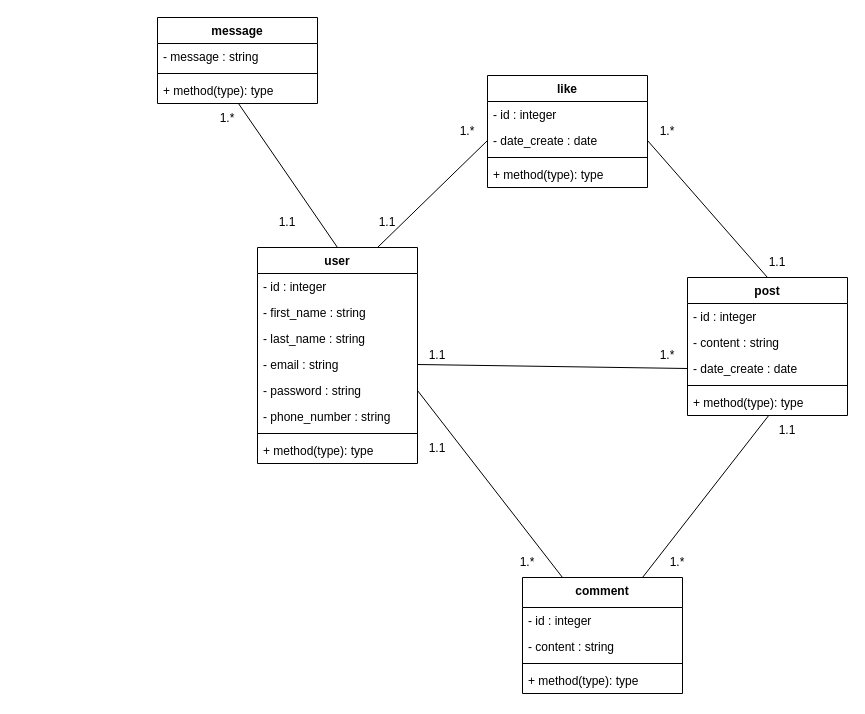
This is YouConnecte.diagram-class.drawio from Mohamed072005/YouConnecte, a draw.io file, before an edit. Source tidied: cells renumbered, new cells numbered last; positions are measured from the earlier drawing's top-left corner, leaving out a move shared by most shapes. Both pictures are drawn from the tidied source at 100%, with x=0, y=0 at pixel (157, 17).
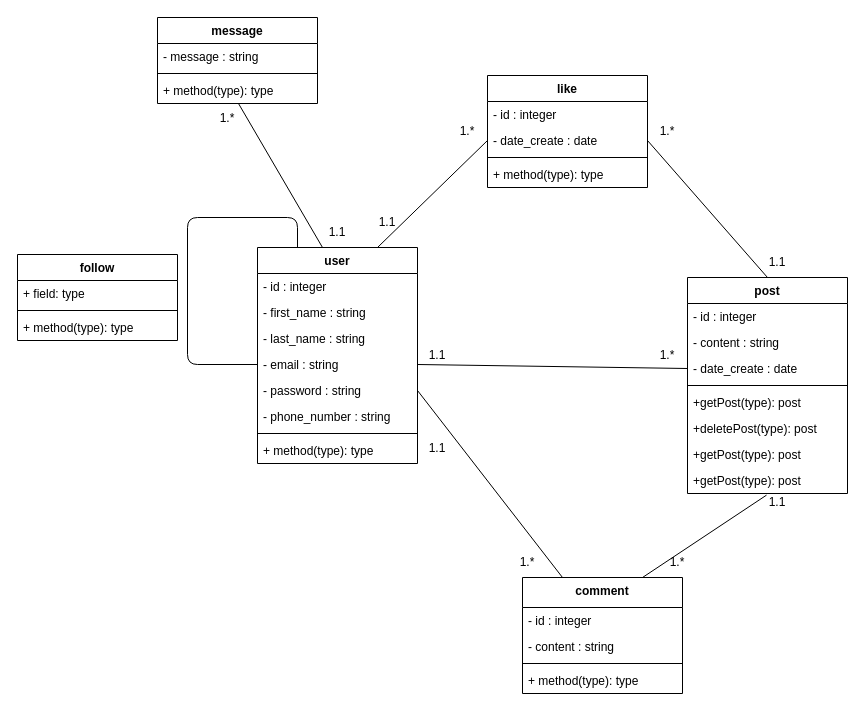
The same page after the edit.

Commit message:
add the follow class in the class-diagram UML

The change refers to these unchanged cells:
```xml
<mxCell id="2" value="user" style="swimlane;fontStyle=1;align=center;verticalAlign=top;horizontal=1;startSize=26;" parent="1" vertex="1">
  <mxGeometry x="100" y="230" width="160" height="216" as="geometry" />
</mxCell>
<mxCell id="6" value="- email : string" style="text;strokeColor=none;fillColor=none;align=left;verticalAlign=top;spacingLeft=4;spacingRight=4;overflow=hidden;points=[[0,0.5],[1,0.5]];portConstraint=eastwest;" parent="2" vertex="1">
  <mxGeometry y="104" width="160" height="26" as="geometry" />
</mxCell>
<mxCell id="23" value="+ method(type): type" style="text;strokeColor=none;fillColor=none;align=left;verticalAlign=top;spacingLeft=4;spacingRight=4;overflow=hidden;points=[[0,0.5],[1,0.5]];portConstraint=eastwest;" parent="20" vertex="1">
  <mxGeometry y="60" width="160" height="26" as="geometry" />
</mxCell>
<mxCell id="27" value="comment" style="swimlane;fontStyle=1;align=center;verticalAlign=top;horizontal=1;startSize=30;" parent="1" vertex="1">
  <mxGeometry x="365" y="560" width="160" height="116" as="geometry" />
</mxCell>
```

What changed in the source:
```diff
@@
+    <mxCell id="49" style="endArrow=none;html=1;entryX=0.25;entryY=0;entryDx=0;entryDy=0;exitX=0;exitY=0.5;exitDx=0;exitDy=0;" parent="2" edge="1" source="6" target="2">
+      <mxGeometry relative="1" as="geometry">
+        <Array as="points">
+          <mxPoint x="-70" y="117" />
+          <mxPoint x="-70" y="-30" />
+          <mxPoint x="40" y="-30" />
+        </Array>
+      </mxGeometry>
+    </mxCell>
     <mxCell id="11" value="post" style="swimlane;fontStyle=1;align=center;verticalAlign=top;horizontal=1;startSize=26;" parent="1" vertex="1">
-      <mxGeometry x="530" y="260" width="160" height="138" as="geometry" />
+      <mxGeometry x="530" y="260" width="160" height="216" as="geometry" />
     </mxCell>
@@
-    <mxCell id="16" value="+ method(type): type" style="text;strokeColor=none;fillColor=none;align=left;verticalAlign=top;spacingLeft=4;spacingRight=4;overflow=hidden;points=[[0,0.5],[1,0.5]];portConstraint=eastwest;" parent="11" vertex="1">
+    <mxCell id="16" value="+getPost(type): post" style="text;strokeColor=none;fillColor=none;align=left;verticalAlign=top;spacingLeft=4;spacingRight=4;overflow=hidden;points=[[0,0.5],[1,0.5]];portConstraint=eastwest;" parent="11" vertex="1">
       <mxGeometry y="112" width="160" height="26" as="geometry" />
     </mxCell>
+    <mxCell id="50" value="+deletePost(type): post" style="text;strokeColor=none;fillColor=none;align=left;verticalAlign=top;spacingLeft=4;spacingRight=4;overflow=hidden;" parent="11" vertex="1">
+      <mxGeometry y="138" width="160" height="26" as="geometry" />
+    </mxCell>
+    <mxCell id="51" value="+getPost(type): post" style="text;strokeColor=none;fillColor=none;align=left;verticalAlign=top;spacingLeft=4;spacingRight=4;overflow=hidden;" parent="11" vertex="1">
+      <mxGeometry y="164" width="160" height="26" as="geometry" />
+    </mxCell>
+    <mxCell id="52" value="+getPost(type): post" style="text;strokeColor=none;fillColor=none;align=left;verticalAlign=top;spacingLeft=4;spacingRight=4;overflow=hidden;points=[[0,0.5],[1,0.5]];portConstraint=eastwest;" parent="11" vertex="1">
+      <mxGeometry y="190" width="160" height="26" as="geometry" />
+    </mxCell>
@@
-    <mxCell id="24" style="endArrow=none;html=1;exitX=0.5;exitY=0;exitDx=0;exitDy=0;entryX=0.507;entryY=1.009;entryDx=0;entryDy=0;entryPerimeter=0;" parent="1" edge="1" source="2" target="23">
+    <mxCell id="24" style="endArrow=none;html=1;exitX=0.25;exitY=1;exitDx=0;exitDy=0;entryX=0.507;entryY=1.009;entryDx=0;entryDy=0;entryPerimeter=0;startArrow=none;" parent="1" edge="1" source="25" target="23">
       <mxGeometry relative="1" as="geometry" />
     </mxCell>
-    <mxCell id="25" value="1.1" style="text;strokeColor=none;align=center;fillColor=none;html=1;verticalAlign=middle;whiteSpace=wrap;rounded=0;" parent="1" vertex="1">
-      <mxGeometry x="100" y="190" width="60" height="30" as="geometry" />
-    </mxCell>
@@
-    <mxCell id="32" style="endArrow=none;html=1;entryX=0.505;entryY=1.02;entryDx=0;entryDy=0;entryPerimeter=0;exitX=0.75;exitY=0;exitDx=0;exitDy=0;" parent="1" edge="1" source="27" target="16">
+    <mxCell id="32" style="endArrow=none;html=1;entryX=0.494;entryY=1.062;entryDx=0;entryDy=0;entryPerimeter=0;exitX=0.75;exitY=0;exitDx=0;exitDy=0;" parent="1" edge="1" source="27" target="52">
       <mxGeometry relative="1" as="geometry" />
     </mxCell>
     <mxCell id="33" value="1.1" style="text;strokeColor=none;align=center;fillColor=none;html=1;verticalAlign=middle;whiteSpace=wrap;rounded=0;" parent="1" vertex="1">
-      <mxGeometry x="600" y="398" width="60" height="30" as="geometry" />
+      <mxGeometry x="590" y="470" width="60" height="30" as="geometry" />
     </mxCell>
@@
+    <mxCell id="53" style="endArrow=none;html=1;exitX=0.5;exitY=0;exitDx=0;exitDy=0;entryX=0.507;entryY=1.009;entryDx=0;entryDy=0;entryPerimeter=0;" parent="1" edge="1" source="2" target="25">
+      <mxGeometry relative="1" as="geometry" />
+    </mxCell>
+    <mxCell id="25" value="1.1" style="text;strokeColor=none;align=center;fillColor=none;html=1;verticalAlign=middle;whiteSpace=wrap;rounded=0;" parent="1" vertex="1">
+      <mxGeometry x="150" y="200" width="60" height="30" as="geometry" />
+    </mxCell>
+    <mxCell id="54" value="follow" style="swimlane;fontStyle=1;align=center;verticalAlign=top;horizontal=1;startSize=26;" parent="1" vertex="1">
+      <mxGeometry x="-140" y="237" width="160" height="86" as="geometry" />
+    </mxCell>
+    <mxCell id="55" value="+ field: type" style="text;strokeColor=none;fillColor=none;align=left;verticalAlign=top;spacingLeft=4;spacingRight=4;overflow=hidden;" parent="54" vertex="1">
+      <mxGeometry y="26" width="160" height="26" as="geometry" />
+    </mxCell>
+    <mxCell id="56" style="line;strokeWidth=1;fillColor=none;align=left;verticalAlign=middle;spacingTop=-1;spacingLeft=3;spacingRight=3;labelPosition=right;strokeColor=inherit;" parent="54" vertex="1">
+      <mxGeometry y="52" width="160" height="8" as="geometry" />
+    </mxCell>
+    <mxCell id="57" value="+ method(type): type" style="text;strokeColor=none;fillColor=none;align=left;verticalAlign=top;spacingLeft=4;spacingRight=4;overflow=hidden;" parent="54" vertex="1">
+      <mxGeometry y="60" width="160" height="26" as="geometry" />
+    </mxCell>
```
